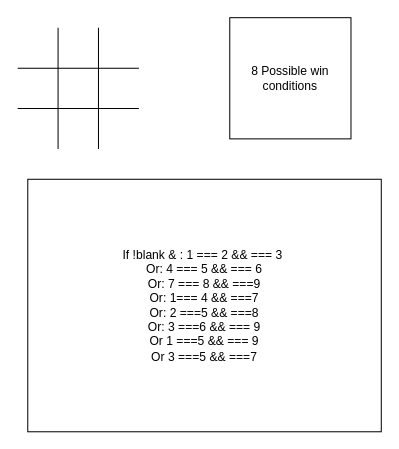
jacobfield/Noughts_And_Crosses_App keeps this draw.io diagram as x-o/plan.drawio. Above is the earlier version. Source tidied: cells renumbered, new cells numbered last; positions are measured from the earlier drawing's top-left corner, leaving out a move shared by most shapes. Both pictures are drawn from the tidied source at 101%, with x=0, y=0 at pixel (17, 17).
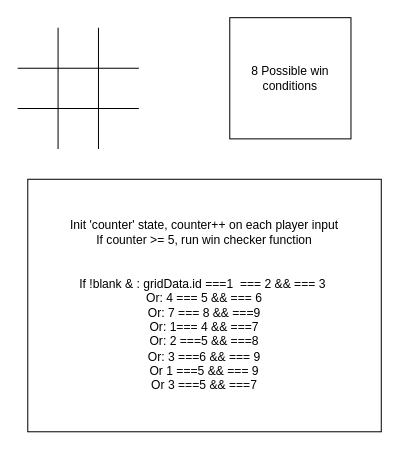
Above is the later version.

The edit, as a diff of the source:
```diff
@@
 <mxGraphModel>
   <root>
     <mxCell id="0" />
     <mxCell id="1" parent="0" />
     <mxCell id="2" style="endArrow=none;html=1;" parent="1" edge="1">
       <mxGeometry relative="1" as="geometry">
         <mxPoint x="40" y="130" as="sourcePoint" />
         <mxPoint x="40" y="10" as="targetPoint" />
       </mxGeometry>
     </mxCell>
     <mxCell id="3" style="endArrow=none;html=1;" parent="1" edge="1">
       <mxGeometry relative="1" as="geometry">
         <mxPoint x="80" y="130" as="sourcePoint" />
         <mxPoint x="80" y="10" as="targetPoint" />
       </mxGeometry>
     </mxCell>
     <mxCell id="4" style="endArrow=none;html=1;" parent="1" edge="1">
       <mxGeometry relative="1" as="geometry">
         <mxPoint y="50" as="sourcePoint" />
         <mxPoint x="120" y="50" as="targetPoint" />
       </mxGeometry>
     </mxCell>
     <mxCell id="5" style="endArrow=none;html=1;" parent="1" edge="1">
       <mxGeometry relative="1" as="geometry">
         <mxPoint y="90" as="sourcePoint" />
         <mxPoint x="120" y="90" as="targetPoint" />
       </mxGeometry>
     </mxCell>
     <mxCell id="6" value="8 Possible win conditions" style="rounded=0;whiteSpace=wrap;html=1;" parent="1" vertex="1">
       <mxGeometry x="210" width="120" height="120" as="geometry" />
     </mxCell>
-    <mxCell id="7" value="If !blank &amp;amp; : 1 === 2 &amp;amp;&amp;amp; === 3&amp;nbsp;&lt;br&gt;Or: 4 === 5 &amp;amp;&amp;amp; === 6&lt;br&gt;Or: 7 === 8 &amp;amp;&amp;amp; ===9&lt;br&gt;Or: 1=== 4 &amp;amp;&amp;amp; ===7&lt;br&gt;Or: 2 ===5 &amp;amp;&amp;amp; ===8&lt;br&gt;Or: 3 ===6 &amp;amp;&amp;amp; === 9&lt;br&gt;Or 1 ===5 &amp;amp;&amp;amp; === 9&lt;br&gt;Or 3 ===5 &amp;amp;&amp;amp; ===7" style="rounded=0;whiteSpace=wrap;html=1;" parent="1" vertex="1">
+    <mxCell id="7" value="Init 'counter' state, counter++ on each player input&lt;br&gt;If counter &amp;gt;= 5, run win checker function&lt;br&gt;&lt;br&gt;&lt;br&gt;If !blank &amp;amp; : gridData.id ===1&amp;nbsp; === 2 &amp;amp;&amp;amp; === 3&amp;nbsp;&lt;br&gt;Or: 4 === 5 &amp;amp;&amp;amp; === 6&lt;br&gt;Or: 7 === 8 &amp;amp;&amp;amp; ===9&lt;br&gt;Or: 1=== 4 &amp;amp;&amp;amp; ===7&lt;br&gt;Or: 2 ===5 &amp;amp;&amp;amp; ===8&lt;br&gt;Or: 3 ===6 &amp;amp;&amp;amp; === 9&lt;br&gt;Or 1 ===5 &amp;amp;&amp;amp; === 9&lt;br&gt;Or 3 ===5 &amp;amp;&amp;amp; ===7" style="rounded=0;whiteSpace=wrap;html=1;" parent="1" vertex="1">
       <mxGeometry x="10" y="160" width="350" height="250" as="geometry" />
     </mxCell>
   </root>
 </mxGraphModel>
```
